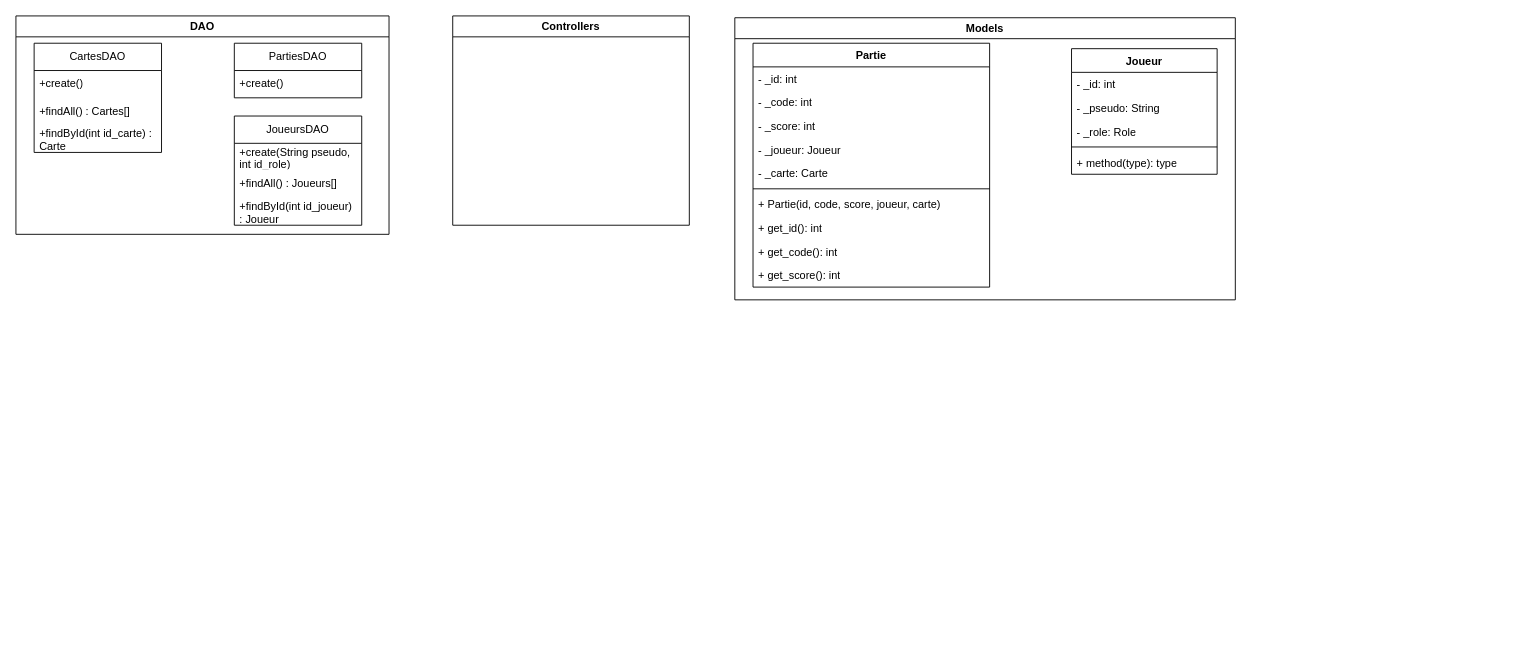
Before: UML.drawio in Lxmonexe/PolyNames, a draw.io diagram. Source tidied: cells renumbered, new cells numbered last; positions are measured from the earlier drawing's top-left corner, leaving out a move shared by most shapes. Both pictures are drawn from the tidied source at 91%, with x=0, y=0 at pixel (15, 15).
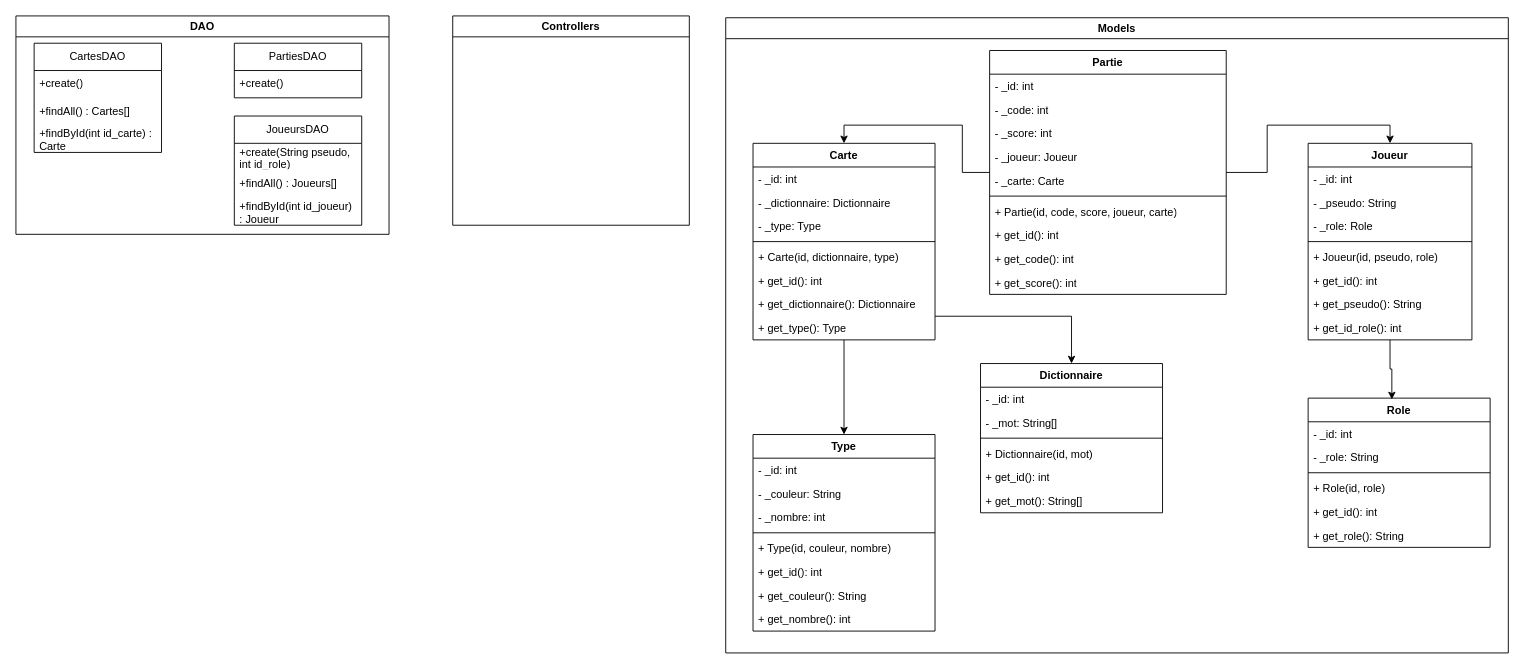
After the change.

Change to the diagram source:
```diff
@@
     <mxCell id="14" value="Models" style="swimlane;whiteSpace=wrap;html=1;" parent="1" vertex="1">
-      <mxGeometry x="790" y="2" width="550" height="310" as="geometry" />
+      <mxGeometry x="780" y="2" width="860" height="698" as="geometry" />
     </mxCell>
     <mxCell id="15" value="&lt;div&gt;Joueur&lt;/div&gt;" style="swimlane;fontStyle=1;align=center;verticalAlign=top;horizontal=1;startSize=26;whiteSpace=wrap;html=1;" parent="14" vertex="1">
-      <mxGeometry x="370" y="34" width="160" height="138" as="geometry" />
+      <mxGeometry x="640" y="138" width="180" height="216" as="geometry" />
     </mxCell>
     <mxCell id="16" value="- _id: int&lt;div&gt;&lt;span style=&quot;color: rgba(0, 0, 0, 0); font-family: monospace; font-size: 0px; text-wrap: nowrap;&quot;&gt;&lt;br&gt;&lt;/span&gt;&lt;/div&gt;" style="text;strokeColor=none;fillColor=none;align=left;verticalAlign=top;spacingLeft=4;spacingRight=4;overflow=hidden;whiteSpace=wrap;html=1;" parent="15" vertex="1">
-      <mxGeometry y="26" width="160" height="26" as="geometry" />
+      <mxGeometry y="26" width="180" height="26" as="geometry" />
     </mxCell>
     <mxCell id="17" value="- _pseudo: String&lt;div&gt;&lt;span style=&quot;color: rgba(0, 0, 0, 0); font-family: monospace; font-size: 0px; text-wrap: nowrap;&quot;&gt;&lt;br&gt;&lt;/span&gt;&lt;/div&gt;" style="text;strokeColor=none;fillColor=none;align=left;verticalAlign=top;spacingLeft=4;spacingRight=4;overflow=hidden;whiteSpace=wrap;html=1;" parent="15" vertex="1">
-      <mxGeometry y="52" width="160" height="26" as="geometry" />
+      <mxGeometry y="52" width="180" height="26" as="geometry" />
     </mxCell>
     <mxCell id="18" value="- _role: Role&lt;div&gt;&lt;span style=&quot;color: rgba(0, 0, 0, 0); font-family: monospace; font-size: 0px; text-wrap: nowrap;&quot;&gt;&lt;br&gt;&lt;/span&gt;&lt;/div&gt;" style="text;strokeColor=none;fillColor=none;align=left;verticalAlign=top;spacingLeft=4;spacingRight=4;overflow=hidden;whiteSpace=wrap;html=1;" parent="15" vertex="1">
-      <mxGeometry y="78" width="160" height="26" as="geometry" />
+      <mxGeometry y="78" width="180" height="26" as="geometry" />
     </mxCell>
     <mxCell id="19" style="line;strokeWidth=1;fillColor=none;align=left;verticalAlign=middle;spacingTop=-1;spacingLeft=3;spacingRight=3;labelPosition=right;strokeColor=inherit;" parent="15" vertex="1">
-      <mxGeometry y="104" width="160" height="8" as="geometry" />
+      <mxGeometry y="104" width="180" height="8" as="geometry" />
     </mxCell>
-    <mxCell id="20" value="+ method(type): type" style="text;strokeColor=none;fillColor=none;align=left;verticalAlign=top;spacingLeft=4;spacingRight=4;overflow=hidden;whiteSpace=wrap;html=1;" parent="15" vertex="1">
-      <mxGeometry y="112" width="160" height="26" as="geometry" />
+    <mxCell id="20" value="+ Joueur(id, pseudo, role)" style="text;strokeColor=none;fillColor=none;align=left;verticalAlign=top;spacingLeft=4;spacingRight=4;overflow=hidden;whiteSpace=wrap;html=1;" parent="15" vertex="1">
+      <mxGeometry y="112" width="180" height="26" as="geometry" />
     </mxCell>
+    <mxCell id="32" value="+ get_id(): int" style="text;strokeColor=none;fillColor=none;align=left;verticalAlign=top;spacingLeft=4;spacingRight=4;overflow=hidden;whiteSpace=wrap;html=1;" parent="15" vertex="1">
+      <mxGeometry y="138" width="180" height="26" as="geometry" />
+    </mxCell>
+    <mxCell id="33" value="+ get_pseudo(): String" style="text;strokeColor=none;fillColor=none;align=left;verticalAlign=top;spacingLeft=4;spacingRight=4;overflow=hidden;whiteSpace=wrap;html=1;" parent="15" vertex="1">
+      <mxGeometry y="164" width="180" height="26" as="geometry" />
+    </mxCell>
+    <mxCell id="34" value="+ get_id_role(): int" style="text;strokeColor=none;fillColor=none;align=left;verticalAlign=top;spacingLeft=4;spacingRight=4;overflow=hidden;whiteSpace=wrap;html=1;" parent="15" vertex="1">
+      <mxGeometry y="190" width="180" height="26" as="geometry" />
+    </mxCell>
+    <mxCell id="35" style="edgeStyle=orthogonalEdgeStyle;rounded=0;jettySize=auto;html=1;entryX=0.5;entryY=0;entryDx=0;entryDy=0;" parent="14" edge="1" source="21" target="15">
+      <mxGeometry relative="1" as="geometry" />
+    </mxCell>
+    <mxCell id="36" style="edgeStyle=orthogonalEdgeStyle;rounded=0;jettySize=auto;html=1;entryX=0.5;entryY=0;entryDx=0;entryDy=0;" parent="14" edge="1" source="21" target="39">
+      <mxGeometry relative="1" as="geometry" />
+    </mxCell>
     <mxCell id="21" value="Partie&lt;div&gt;&lt;br&gt;&lt;/div&gt;" style="swimlane;fontStyle=1;align=center;verticalAlign=top;horizontal=1;startSize=26;whiteSpace=wrap;html=1;" parent="14" vertex="1">
-      <mxGeometry x="20" y="28" width="260" height="268" as="geometry" />
+      <mxGeometry x="290" y="36" width="260" height="268" as="geometry" />
     </mxCell>
@@
+    <mxCell id="37" style="edgeStyle=orthogonalEdgeStyle;rounded=0;jettySize=auto;html=1;entryX=0.5;entryY=0;entryDx=0;entryDy=0;" parent="14" edge="1" source="39" target="55">
+      <mxGeometry relative="1" as="geometry" />
+    </mxCell>
+    <mxCell id="38" style="edgeStyle=orthogonalEdgeStyle;rounded=0;jettySize=auto;html=1;entryX=0.5;entryY=0;entryDx=0;entryDy=0;" parent="14" edge="1" source="39" target="64">
+      <mxGeometry relative="1" as="geometry">
+        <Array as="points">
+          <mxPoint x="380" y="328" />
+        </Array>
+      </mxGeometry>
+    </mxCell>
+    <mxCell id="39" value="&lt;div&gt;Carte&lt;/div&gt;" style="swimlane;fontStyle=1;align=center;verticalAlign=top;horizontal=1;startSize=26;whiteSpace=wrap;html=1;" parent="14" vertex="1">
+      <mxGeometry x="30" y="138" width="200" height="216" as="geometry" />
+    </mxCell>
+    <mxCell id="40" value="- _id: int&lt;div&gt;&lt;span style=&quot;color: rgba(0, 0, 0, 0); font-family: monospace; font-size: 0px; text-wrap: nowrap;&quot;&gt;&lt;br&gt;&lt;/span&gt;&lt;/div&gt;" style="text;strokeColor=none;fillColor=none;align=left;verticalAlign=top;spacingLeft=4;spacingRight=4;overflow=hidden;whiteSpace=wrap;html=1;" parent="39" vertex="1">
+      <mxGeometry y="26" width="200" height="26" as="geometry" />
+    </mxCell>
+    <mxCell id="41" value="- _dictionnaire: Dictionnaire&lt;div&gt;&lt;span style=&quot;color: rgba(0, 0, 0, 0); font-family: monospace; font-size: 0px; text-wrap: nowrap;&quot;&gt;&lt;br&gt;&lt;/span&gt;&lt;/div&gt;" style="text;strokeColor=none;fillColor=none;align=left;verticalAlign=top;spacingLeft=4;spacingRight=4;overflow=hidden;whiteSpace=wrap;html=1;" parent="39" vertex="1">
+      <mxGeometry y="52" width="200" height="26" as="geometry" />
+    </mxCell>
+    <mxCell id="42" value="- _type: Type" style="text;strokeColor=none;fillColor=none;align=left;verticalAlign=top;spacingLeft=4;spacingRight=4;overflow=hidden;whiteSpace=wrap;html=1;" parent="39" vertex="1">
+      <mxGeometry y="78" width="200" height="26" as="geometry" />
+    </mxCell>
+    <mxCell id="43" style="line;strokeWidth=1;fillColor=none;align=left;verticalAlign=middle;spacingTop=-1;spacingLeft=3;spacingRight=3;labelPosition=right;strokeColor=inherit;" parent="39" vertex="1">
+      <mxGeometry y="104" width="200" height="8" as="geometry" />
+    </mxCell>
+    <mxCell id="44" value="+ Carte(id, dictionnaire, type)" style="text;strokeColor=none;fillColor=none;align=left;verticalAlign=top;spacingLeft=4;spacingRight=4;overflow=hidden;whiteSpace=wrap;html=1;" parent="39" vertex="1">
+      <mxGeometry y="112" width="200" height="26" as="geometry" />
+    </mxCell>
+    <mxCell id="45" value="+ get_id(): int" style="text;strokeColor=none;fillColor=none;align=left;verticalAlign=top;spacingLeft=4;spacingRight=4;overflow=hidden;whiteSpace=wrap;html=1;" parent="39" vertex="1">
+      <mxGeometry y="138" width="200" height="26" as="geometry" />
+    </mxCell>
+    <mxCell id="46" value="+ get_dictionnaire(): Dictionnaire" style="text;strokeColor=none;fillColor=none;align=left;verticalAlign=top;spacingLeft=4;spacingRight=4;overflow=hidden;whiteSpace=wrap;html=1;" parent="39" vertex="1">
+      <mxGeometry y="164" width="200" height="26" as="geometry" />
+    </mxCell>
+    <mxCell id="47" value="+ get_type(): Type" style="text;strokeColor=none;fillColor=none;align=left;verticalAlign=top;spacingLeft=4;spacingRight=4;overflow=hidden;whiteSpace=wrap;html=1;" parent="39" vertex="1">
+      <mxGeometry y="190" width="200" height="26" as="geometry" />
+    </mxCell>
+    <mxCell id="48" value="&lt;div&gt;Role&lt;/div&gt;" style="swimlane;fontStyle=1;align=center;verticalAlign=top;horizontal=1;startSize=26;whiteSpace=wrap;html=1;" parent="14" vertex="1">
+      <mxGeometry x="640" y="418" width="200" height="164" as="geometry" />
+    </mxCell>
+    <mxCell id="49" value="- _id: int&lt;div&gt;&lt;span style=&quot;color: rgba(0, 0, 0, 0); font-family: monospace; font-size: 0px; text-wrap: nowrap;&quot;&gt;&lt;br&gt;&lt;/span&gt;&lt;/div&gt;" style="text;strokeColor=none;fillColor=none;align=left;verticalAlign=top;spacingLeft=4;spacingRight=4;overflow=hidden;whiteSpace=wrap;html=1;" parent="48" vertex="1">
+      <mxGeometry y="26" width="200" height="26" as="geometry" />
+    </mxCell>
+    <mxCell id="50" value="- _role: String&lt;div&gt;&lt;span style=&quot;color: rgba(0, 0, 0, 0); font-family: monospace; font-size: 0px; text-wrap: nowrap;&quot;&gt;&lt;br&gt;&lt;/span&gt;&lt;/div&gt;" style="text;strokeColor=none;fillColor=none;align=left;verticalAlign=top;spacingLeft=4;spacingRight=4;overflow=hidden;whiteSpace=wrap;html=1;" parent="48" vertex="1">
+      <mxGeometry y="52" width="200" height="26" as="geometry" />
+    </mxCell>
+    <mxCell id="51" style="line;strokeWidth=1;fillColor=none;align=left;verticalAlign=middle;spacingTop=-1;spacingLeft=3;spacingRight=3;labelPosition=right;strokeColor=inherit;" parent="48" vertex="1">
+      <mxGeometry y="78" width="200" height="8" as="geometry" />
+    </mxCell>
+    <mxCell id="52" value="+ Role(id, role)" style="text;strokeColor=none;fillColor=none;align=left;verticalAlign=top;spacingLeft=4;spacingRight=4;overflow=hidden;whiteSpace=wrap;html=1;" parent="48" vertex="1">
+      <mxGeometry y="86" width="200" height="26" as="geometry" />
+    </mxCell>
+    <mxCell id="53" value="+ get_id(): int" style="text;strokeColor=none;fillColor=none;align=left;verticalAlign=top;spacingLeft=4;spacingRight=4;overflow=hidden;whiteSpace=wrap;html=1;" parent="48" vertex="1">
+      <mxGeometry y="112" width="200" height="26" as="geometry" />
+    </mxCell>
+    <mxCell id="54" value="+ get_role(): String" style="text;strokeColor=none;fillColor=none;align=left;verticalAlign=top;spacingLeft=4;spacingRight=4;overflow=hidden;whiteSpace=wrap;html=1;" parent="48" vertex="1">
+      <mxGeometry y="138" width="200" height="26" as="geometry" />
+    </mxCell>
+    <mxCell id="55" value="&lt;div&gt;Type&lt;/div&gt;" style="swimlane;fontStyle=1;align=center;verticalAlign=top;horizontal=1;startSize=26;whiteSpace=wrap;html=1;" parent="14" vertex="1">
+      <mxGeometry x="30" y="458" width="200" height="216" as="geometry" />
+    </mxCell>
+    <mxCell id="56" value="- _id: int&lt;div&gt;&lt;span style=&quot;color: rgba(0, 0, 0, 0); font-family: monospace; font-size: 0px; text-wrap: nowrap;&quot;&gt;&lt;br&gt;&lt;/span&gt;&lt;/div&gt;" style="text;strokeColor=none;fillColor=none;align=left;verticalAlign=top;spacingLeft=4;spacingRight=4;overflow=hidden;whiteSpace=wrap;html=1;" parent="55" vertex="1">
+      <mxGeometry y="26" width="200" height="26" as="geometry" />
+    </mxCell>
+    <mxCell id="57" value="- _couleur: String&lt;div&gt;&lt;span style=&quot;color: rgba(0, 0, 0, 0); font-family: monospace; font-size: 0px; text-wrap: nowrap;&quot;&gt;&lt;br&gt;&lt;/span&gt;&lt;/div&gt;" style="text;strokeColor=none;fillColor=none;align=left;verticalAlign=top;spacingLeft=4;spacingRight=4;overflow=hidden;whiteSpace=wrap;html=1;" parent="55" vertex="1">
+      <mxGeometry y="52" width="200" height="26" as="geometry" />
+    </mxCell>
+    <mxCell id="58" value="- _nombre: int&lt;div&gt;&lt;span style=&quot;color: rgba(0, 0, 0, 0); font-family: monospace; font-size: 0px; text-wrap: nowrap;&quot;&gt;&lt;br&gt;&lt;/span&gt;&lt;/div&gt;" style="text;strokeColor=none;fillColor=none;align=left;verticalAlign=top;spacingLeft=4;spacingRight=4;overflow=hidden;whiteSpace=wrap;html=1;" parent="55" vertex="1">
+      <mxGeometry y="78" width="200" height="26" as="geometry" />
+    </mxCell>
+    <mxCell id="59" style="line;strokeWidth=1;fillColor=none;align=left;verticalAlign=middle;spacingTop=-1;spacingLeft=3;spacingRight=3;labelPosition=right;strokeColor=inherit;" parent="55" vertex="1">
+      <mxGeometry y="104" width="200" height="8" as="geometry" />
+    </mxCell>
+    <mxCell id="60" value="+ Type(id, couleur, nombre)" style="text;strokeColor=none;fillColor=none;align=left;verticalAlign=top;spacingLeft=4;spacingRight=4;overflow=hidden;whiteSpace=wrap;html=1;" parent="55" vertex="1">
+      <mxGeometry y="112" width="200" height="26" as="geometry" />
+    </mxCell>
+    <mxCell id="61" value="+ get_id(): int" style="text;strokeColor=none;fillColor=none;align=left;verticalAlign=top;spacingLeft=4;spacingRight=4;overflow=hidden;whiteSpace=wrap;html=1;" parent="55" vertex="1">
+      <mxGeometry y="138" width="200" height="26" as="geometry" />
+    </mxCell>
+    <mxCell id="62" value="+ get_couleur(): String" style="text;strokeColor=none;fillColor=none;align=left;verticalAlign=top;spacingLeft=4;spacingRight=4;overflow=hidden;whiteSpace=wrap;html=1;" parent="55" vertex="1">
+      <mxGeometry y="164" width="200" height="26" as="geometry" />
+    </mxCell>
+    <mxCell id="63" value="+ get_nombre(): int" style="text;strokeColor=none;fillColor=none;align=left;verticalAlign=top;spacingLeft=4;spacingRight=4;overflow=hidden;whiteSpace=wrap;html=1;" parent="55" vertex="1">
+      <mxGeometry y="190" width="200" height="26" as="geometry" />
+    </mxCell>
+    <mxCell id="64" value="&lt;div&gt;Dictionnaire&lt;/div&gt;" style="swimlane;fontStyle=1;align=center;verticalAlign=top;horizontal=1;startSize=26;whiteSpace=wrap;html=1;" parent="14" vertex="1">
+      <mxGeometry x="280" y="380" width="200" height="164" as="geometry" />
+    </mxCell>
+    <mxCell id="65" value="- _id: int&lt;div&gt;&lt;span style=&quot;color: rgba(0, 0, 0, 0); font-family: monospace; font-size: 0px; text-wrap: nowrap;&quot;&gt;&lt;br&gt;&lt;/span&gt;&lt;/div&gt;" style="text;strokeColor=none;fillColor=none;align=left;verticalAlign=top;spacingLeft=4;spacingRight=4;overflow=hidden;whiteSpace=wrap;html=1;" parent="64" vertex="1">
+      <mxGeometry y="26" width="200" height="26" as="geometry" />
+    </mxCell>
+    <mxCell id="66" value="- _mot: String[]&lt;div&gt;&lt;span style=&quot;color: rgba(0, 0, 0, 0); font-family: monospace; font-size: 0px; text-wrap: nowrap;&quot;&gt;&lt;br&gt;&lt;/span&gt;&lt;/div&gt;" style="text;strokeColor=none;fillColor=none;align=left;verticalAlign=top;spacingLeft=4;spacingRight=4;overflow=hidden;whiteSpace=wrap;html=1;" parent="64" vertex="1">
+      <mxGeometry y="52" width="200" height="26" as="geometry" />
+    </mxCell>
+    <mxCell id="67" style="line;strokeWidth=1;fillColor=none;align=left;verticalAlign=middle;spacingTop=-1;spacingLeft=3;spacingRight=3;labelPosition=right;strokeColor=inherit;" parent="64" vertex="1">
+      <mxGeometry y="78" width="200" height="8" as="geometry" />
+    </mxCell>
+    <mxCell id="68" value="+ Dictionnaire(id, mot)" style="text;strokeColor=none;fillColor=none;align=left;verticalAlign=top;spacingLeft=4;spacingRight=4;overflow=hidden;whiteSpace=wrap;html=1;" parent="64" vertex="1">
+      <mxGeometry y="86" width="200" height="26" as="geometry" />
+    </mxCell>
+    <mxCell id="69" value="+ get_id(): int" style="text;strokeColor=none;fillColor=none;align=left;verticalAlign=top;spacingLeft=4;spacingRight=4;overflow=hidden;whiteSpace=wrap;html=1;" parent="64" vertex="1">
+      <mxGeometry y="112" width="200" height="26" as="geometry" />
+    </mxCell>
+    <mxCell id="70" value="+ get_mot(): String[]" style="text;strokeColor=none;fillColor=none;align=left;verticalAlign=top;spacingLeft=4;spacingRight=4;overflow=hidden;whiteSpace=wrap;html=1;" parent="64" vertex="1">
+      <mxGeometry y="138" width="200" height="26" as="geometry" />
+    </mxCell>
+    <mxCell id="71" style="edgeStyle=orthogonalEdgeStyle;rounded=0;jettySize=auto;html=1;entryX=0.46;entryY=0.009;entryDx=0;entryDy=0;entryPerimeter=0;" parent="14" edge="1" source="15" target="48">
+      <mxGeometry relative="1" as="geometry" />
+    </mxCell>
```
